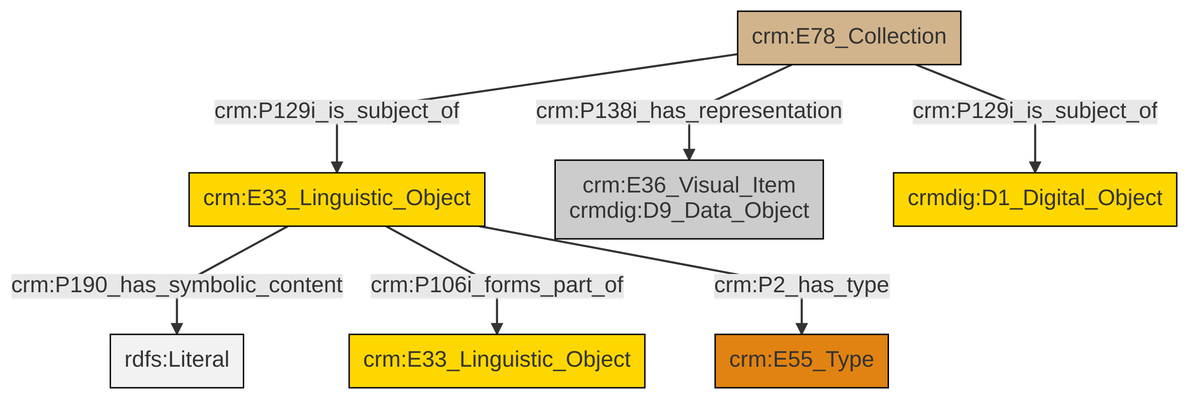
swiss-art-research-net/docs.swissartresearch keeps this Mermaid diagram as et/archivalCSV/ttl/mmd/png/archival_docs.png. Above is the earlier version. Its source is kept beside it as et/archivalCSV/ttl/mmd/archival_docs.ttl.mmd. Source of this version:
```mermaid
graph TD
classDef Literal fill:#f2f2f2,stroke:#000000;
classDef CRM_Entity fill:#FFFFFF,stroke:#000000;
classDef Temporal_Entity fill:#00C9E6, stroke:#000000;
classDef Type fill:#E18312, stroke:#000000;
classDef Time-Span fill:#2C9C91, stroke:#000000;
classDef Appellation fill:#FFEB7F, stroke:#000000;
classDef Place fill:#008836, stroke:#000000;
classDef Persistent_Item fill:#B266B2, stroke:#000000;
classDef Conceptual_Object fill:#FFD700, stroke:#000000;
classDef Physical_Thing fill:#D2B48C, stroke:#000000;
classDef Actor fill:#f58aad, stroke:#000000;
classDef PC_Classes fill:#4ce600, stroke:#000000;
classDef Multi fill:#cccccc,stroke:#000000;

0["crm:E33_Linguistic_Object"]:::Conceptual_Object -->|crm:P190_has_symbolic_content| 1[rdfs:Literal]:::Literal
0["crm:E33_Linguistic_Object"]:::Conceptual_Object -->|crm:P106i_forms_part_of| 4["crm:E33_Linguistic_Object"]:::Conceptual_Object
0["crm:E33_Linguistic_Object"]:::Conceptual_Object -->|crm:P2_has_type| 7["crm:E55_Type"]:::Type
2["crm:E78_Collection"]:::Physical_Thing -->|crm:P129i_is_subject_of| 9["crmdig:D1_Digital_Object"]:::Conceptual_Object
2["crm:E78_Collection"]:::Physical_Thing -->|crm:P129i_is_subject_of| 0["crm:E33_Linguistic_Object"]:::Conceptual_Object
2["crm:E78_Collection"]:::Physical_Thing -->|crm:P138i_has_representation| 5["crm:E36_Visual_Item<br>crmdig:D9_Data_Object"]:::Multi
```
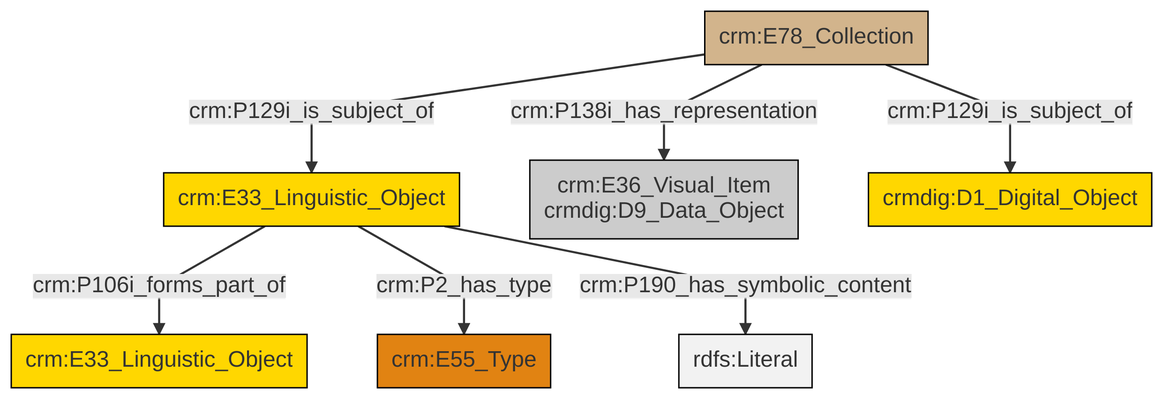
The same diagram one commit later.

Change to the diagram source:
```diff
@@ -13,9 +13,9 @@
 classDef PC_Classes fill:#4ce600, stroke:#000000;
 classDef Multi fill:#cccccc,stroke:#000000;
 
-0["crm:E33_Linguistic_Object"]:::Conceptual_Object -->|crm:P190_has_symbolic_content| 1[rdfs:Literal]:::Literal
-0["crm:E33_Linguistic_Object"]:::Conceptual_Object -->|crm:P106i_forms_part_of| 4["crm:E33_Linguistic_Object"]:::Conceptual_Object
-0["crm:E33_Linguistic_Object"]:::Conceptual_Object -->|crm:P2_has_type| 7["crm:E55_Type"]:::Type
-2["crm:E78_Collection"]:::Physical_Thing -->|crm:P129i_is_subject_of| 9["crmdig:D1_Digital_Object"]:::Conceptual_Object
-2["crm:E78_Collection"]:::Physical_Thing -->|crm:P129i_is_subject_of| 0["crm:E33_Linguistic_Object"]:::Conceptual_Object
-2["crm:E78_Collection"]:::Physical_Thing -->|crm:P138i_has_representation| 5["crm:E36_Visual_Item<br>crmdig:D9_Data_Object"]:::Multi
+0["crm:E78_Collection"]:::Physical_Thing -->|crm:P129i_is_subject_of| 1["crm:E33_Linguistic_Object"]:::Conceptual_Object
+0["crm:E78_Collection"]:::Physical_Thing -->|crm:P138i_has_representation| 2["crm:E36_Visual_Item<br>crmdig:D9_Data_Object"]:::Multi
+1["crm:E33_Linguistic_Object"]:::Conceptual_Object -->|crm:P106i_forms_part_of| 5["crm:E33_Linguistic_Object"]:::Conceptual_Object
+1["crm:E33_Linguistic_Object"]:::Conceptual_Object -->|crm:P2_has_type| 7["crm:E55_Type"]:::Type
+1["crm:E33_Linguistic_Object"]:::Conceptual_Object -->|crm:P190_has_symbolic_content| 12[rdfs:Literal]:::Literal
+0["crm:E78_Collection"]:::Physical_Thing -->|crm:P129i_is_subject_of| 3["crmdig:D1_Digital_Object"]:::Conceptual_Object
```
